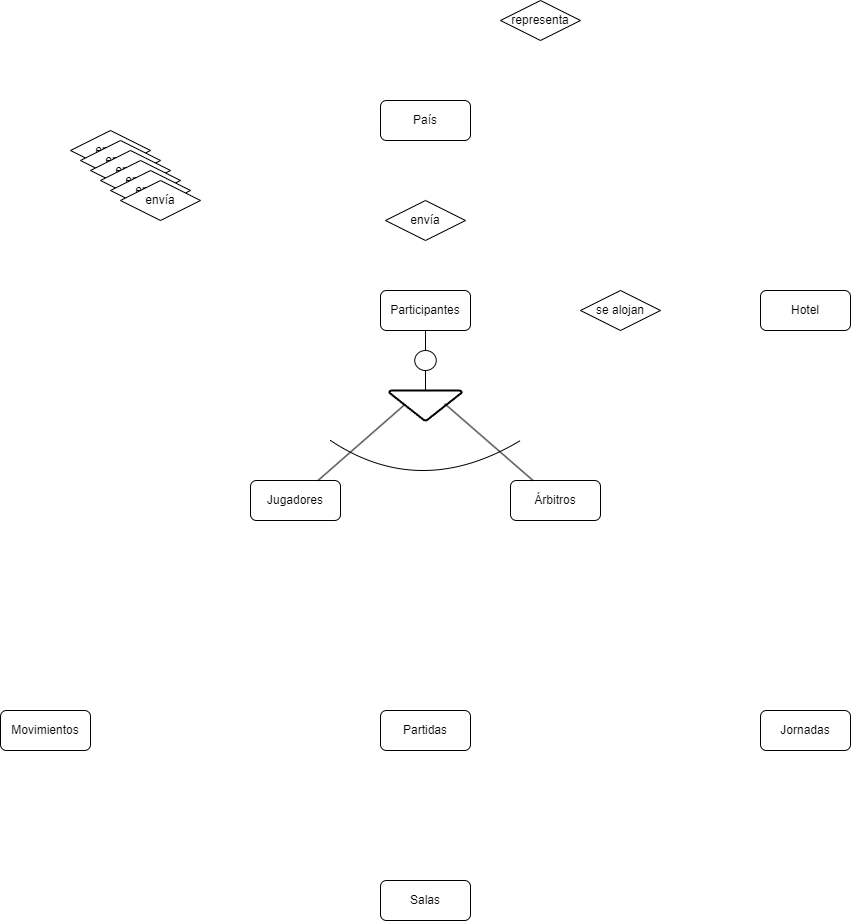
Before: Unidad-1/Tareas/Tareas-evaluables/Tarea-evaluable-2/tarea-evaluable-2.drawio.png, a diagram exported from draw.io (LuisMGlez/base-datos). Source tidied: cells renumbered, new cells last; positions are measured from the earlier drawing's top-left corner, leaving out a move shared by most shapes.
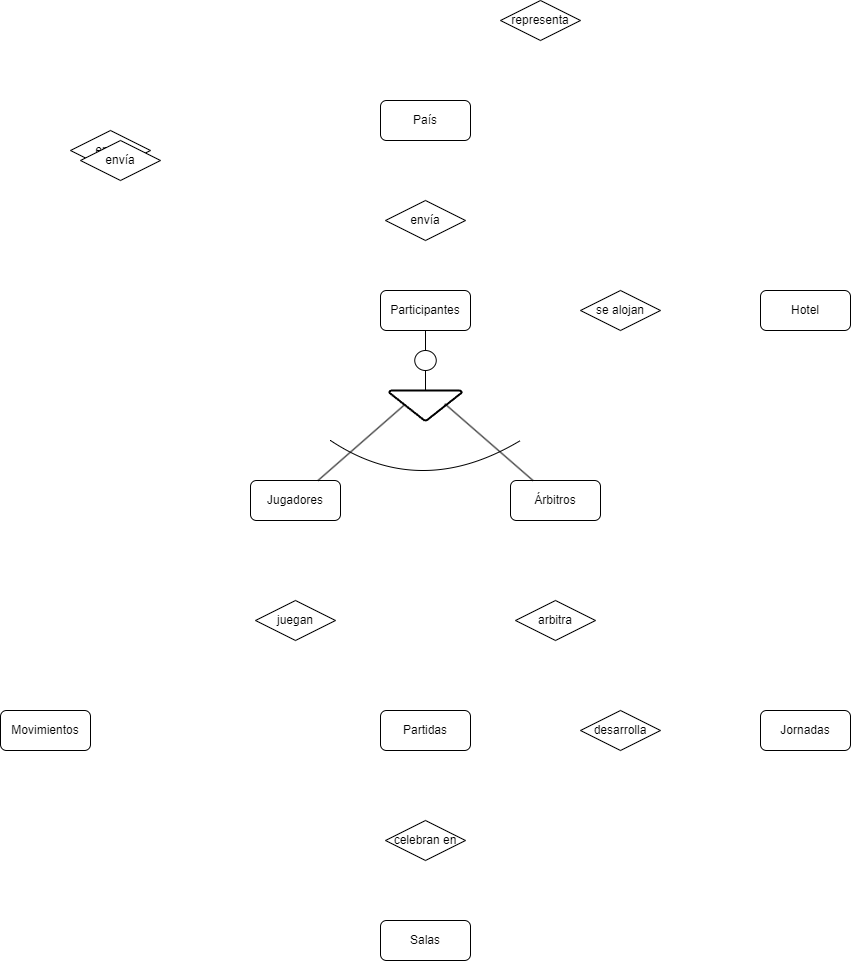
The same file after the commit.

What changed in the source:
```diff
@@ -6,7 +6,7 @@
       <mxGeometry x="250" y="480" width="90" height="40" as="geometry" />
     </mxCell>
     <mxCell id="3" value="Salas" style="rounded=1;whiteSpace=wrap;html=1;" parent="1" vertex="1">
-      <mxGeometry x="380" y="880" width="90" height="40" as="geometry" />
+      <mxGeometry x="380" y="920" width="90" height="40" as="geometry" />
     </mxCell>
     <mxCell id="4" value="Jornadas" style="rounded=1;whiteSpace=wrap;html=1;" parent="1" vertex="1">
       <mxGeometry x="760" y="710" width="90" height="40" as="geometry" />
@@ -62,17 +62,17 @@
     <mxCell id="19" value="envía" style="rhombus;whiteSpace=wrap;html=1;" parent="1" vertex="1">
       <mxGeometry x="80" y="140" width="80" height="40" as="geometry" />
     </mxCell>
-    <mxCell id="20" value="envía" style="rhombus;whiteSpace=wrap;html=1;" parent="1" vertex="1">
-      <mxGeometry x="90" y="150" width="80" height="40" as="geometry" />
+    <mxCell id="20" value="celebran en" style="rhombus;whiteSpace=wrap;html=1;" parent="1" vertex="1">
+      <mxGeometry x="385" y="820" width="80" height="40" as="geometry" />
     </mxCell>
-    <mxCell id="21" value="envía" style="rhombus;whiteSpace=wrap;html=1;" parent="1" vertex="1">
-      <mxGeometry x="100" y="160" width="80" height="40" as="geometry" />
+    <mxCell id="21" value="desarrolla" style="rhombus;whiteSpace=wrap;html=1;" parent="1" vertex="1">
+      <mxGeometry x="580" y="710" width="80" height="40" as="geometry" />
     </mxCell>
-    <mxCell id="22" value="envía" style="rhombus;whiteSpace=wrap;html=1;" parent="1" vertex="1">
-      <mxGeometry x="110" y="170" width="80" height="40" as="geometry" />
+    <mxCell id="22" value="arbitra" style="rhombus;whiteSpace=wrap;html=1;" parent="1" vertex="1">
+      <mxGeometry x="515" y="600" width="80" height="40" as="geometry" />
     </mxCell>
-    <mxCell id="23" value="envía" style="rhombus;whiteSpace=wrap;html=1;" parent="1" vertex="1">
-      <mxGeometry x="120" y="180" width="80" height="40" as="geometry" />
+    <mxCell id="23" value="juegan" style="rhombus;whiteSpace=wrap;html=1;" parent="1" vertex="1">
+      <mxGeometry x="255" y="600" width="80" height="40" as="geometry" />
     </mxCell>
     <mxCell id="24" value="representa" style="rhombus;whiteSpace=wrap;html=1;" parent="1" vertex="1">
       <mxGeometry x="500" width="80" height="40" as="geometry" />
```
